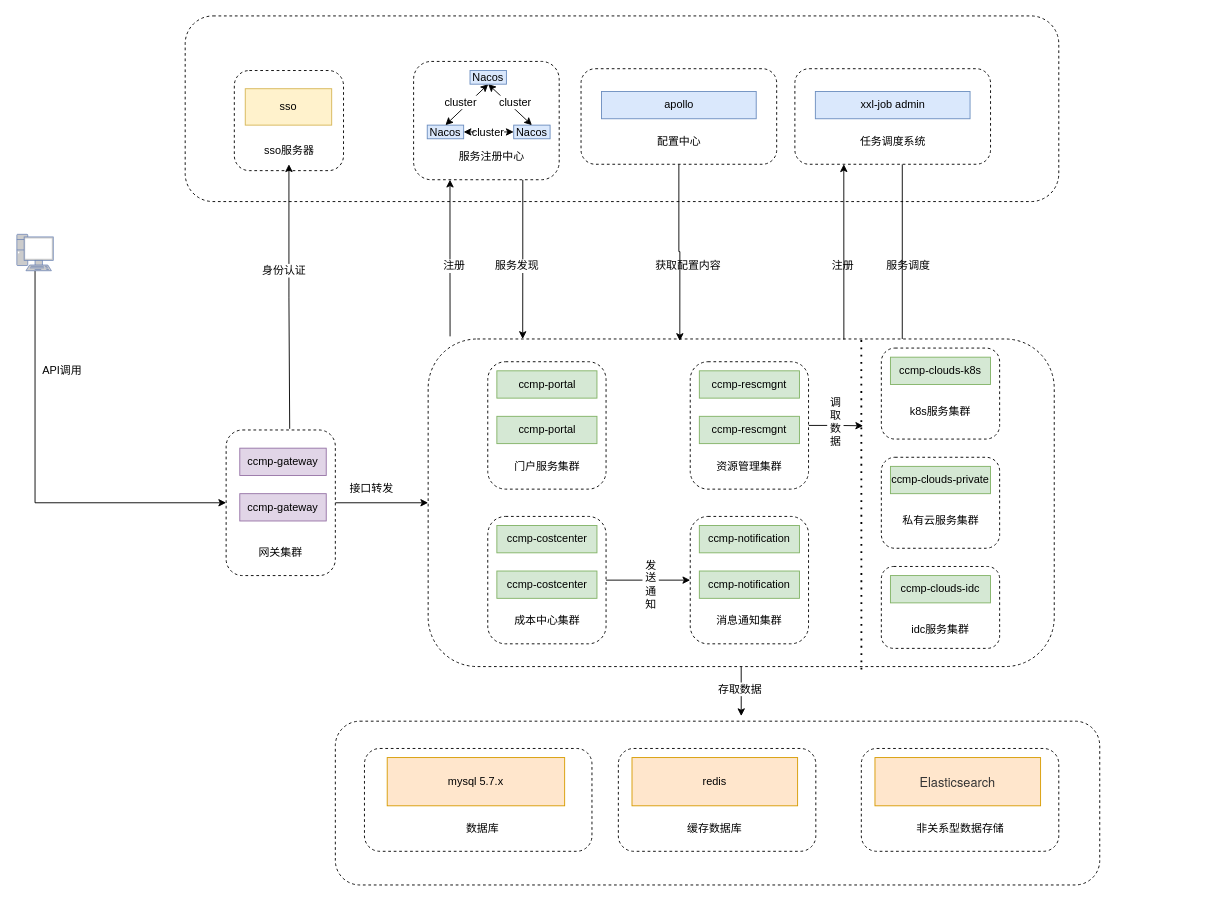
scrollsyou/doc keeps this draw.io diagram as ccmp.drawio. Above is the earlier version. Source tidied: cells renumbered, new cells numbered last; positions are measured from the earlier drawing's top-left corner, leaving out a move shared by most shapes. Both pictures are drawn from the tidied source at 91%, with x=0, y=0 at pixel (16, 15).
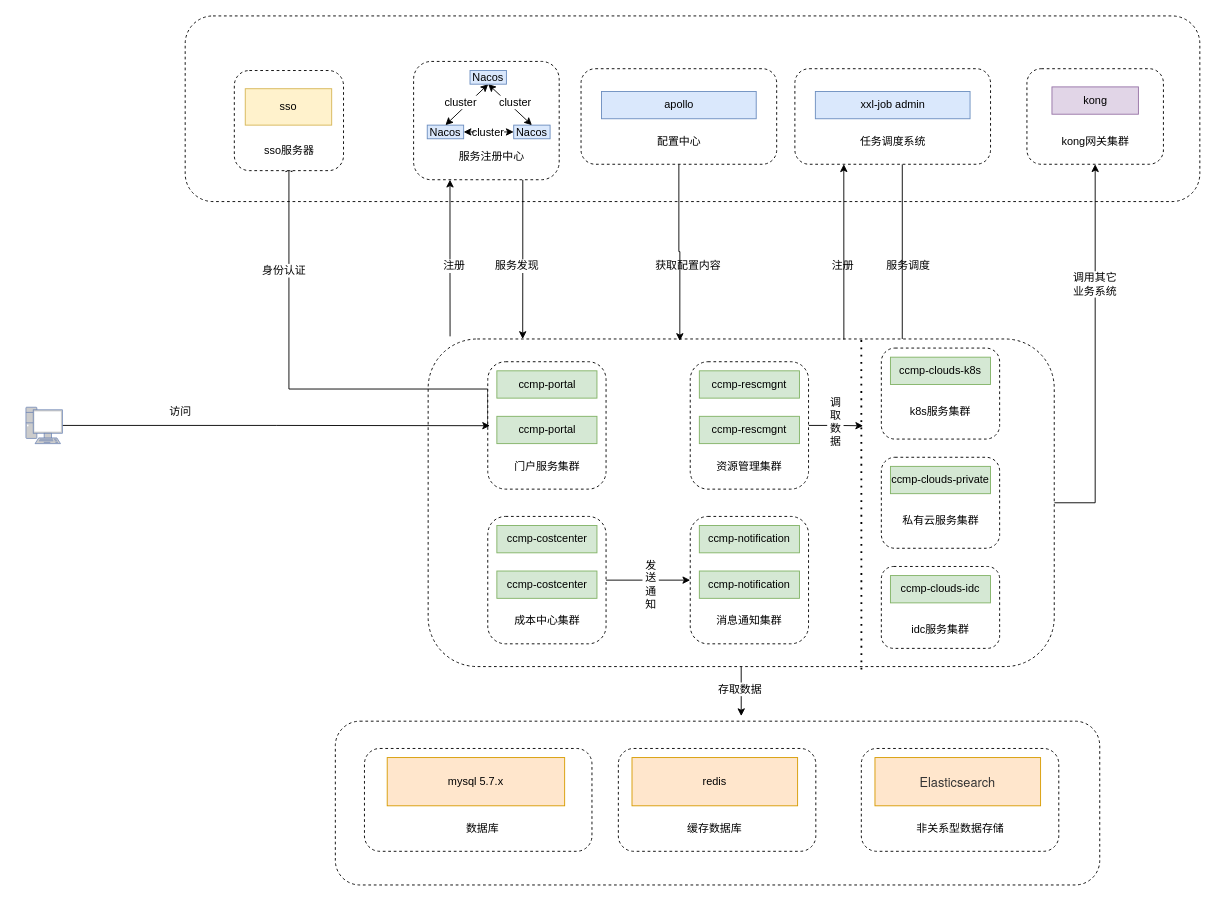
The same page after the edit.

The change refers to these unchanged cells:
```xml
<mxCell id="6" style="rounded=1;whiteSpace=wrap;html=1;labelBackgroundColor=default;dashed=1;" parent="1" vertex="1">
  <mxGeometry x="452" y="355" width="688" height="360" as="geometry" />
</mxCell>
<mxCell id="7" style="rounded=1;whiteSpace=wrap;html=1;labelBackgroundColor=default;dashed=1;" parent="1" vertex="1">
  <mxGeometry x="517.5" y="380" width="130" height="140" as="geometry" />
</mxCell>
<mxCell id="54" value="sso服务器" style="text;html=1;strokeColor=none;fillColor=none;align=center;verticalAlign=middle;whiteSpace=wrap;rounded=0;labelBackgroundColor=none;" parent="1" vertex="1">
  <mxGeometry x="260.5" y="133" width="77" height="30" as="geometry" />
</mxCell>
```

What changed in the source:
```diff
@@
     <mxCell id="3" style="rounded=1;whiteSpace=wrap;html=1;dashed=1;" parent="1" vertex="1">
-      <mxGeometry x="185" width="960" height="204" as="geometry" />
+      <mxGeometry x="185" width="1115" height="204" as="geometry" />
     </mxCell>
@@
+    <mxCell id="88" style="edgeStyle=orthogonalEdgeStyle;rounded=0;jettySize=auto;html=1;exitX=1;exitY=0.5;exitDx=0;exitDy=0;entryX=0.5;entryY=1;entryDx=0;entryDy=0;startArrow=none;startFill=0;endArrow=classic;endFill=1;" parent="1" edge="1" source="6" target="24">
+      <mxGeometry relative="1" as="geometry" />
+    </mxCell>
@@
+    <mxCell id="89" style="edgeStyle=orthogonalEdgeStyle;rounded=0;jettySize=auto;html=1;exitX=0;exitY=0.5;exitDx=0;exitDy=0;entryX=0.5;entryY=1;entryDx=0;entryDy=0;startArrow=none;startFill=0;endArrow=classic;endFill=1;" parent="1" edge="1" source="7" target="54">
+      <mxGeometry relative="1" as="geometry">
+        <Array as="points">
+          <mxPoint x="518" y="410" />
+          <mxPoint x="299" y="410" />
+        </Array>
+      </mxGeometry>
+    </mxCell>
@@
-    <mxCell id="22" style="edgeStyle=none;rounded=0;jettySize=auto;html=1;exitX=0;exitY=0.5;exitDx=0;exitDy=0;entryX=0.5;entryY=1;entryDx=0;entryDy=0;entryPerimeter=0;startArrow=classic;startFill=1;strokeColor=default;endArrow=none;endFill=0;" parent="1" edge="1" source="24" target="28">
-      <mxGeometry relative="1" as="geometry">
-        <Array as="points">
-          <mxPoint x="20" y="535" />
-        </Array>
-      </mxGeometry>
-    </mxCell>
-    <mxCell id="23" style="edgeStyle=none;rounded=0;jettySize=auto;html=1;exitX=1;exitY=0.5;exitDx=0;exitDy=0;entryX=0;entryY=0.5;entryDx=0;entryDy=0;startArrow=none;startFill=0;endArrow=classic;endFill=1;strokeColor=default;" parent="1" edge="1" source="24" target="6">
-      <mxGeometry relative="1" as="geometry" />
-    </mxCell>
     <mxCell id="24" style="rounded=1;whiteSpace=wrap;html=1;labelBackgroundColor=default;dashed=1;" parent="1" vertex="1">
-      <mxGeometry x="230" y="455" width="120" height="160" as="geometry" />
+      <mxGeometry x="1110" y="58" width="150" height="105" as="geometry" />
     </mxCell>
-    <mxCell id="25" value="ccmp-gateway" style="rounded=0;whiteSpace=wrap;html=1;labelBackgroundColor=none;fillColor=#e1d5e7;strokeColor=#9673a6;" parent="1" vertex="1">
-      <mxGeometry x="245" y="475" width="95" height="30" as="geometry" />
+    <mxCell id="25" value="kong" style="rounded=0;whiteSpace=wrap;html=1;labelBackgroundColor=none;fillColor=#e1d5e7;strokeColor=#9673a6;" parent="1" vertex="1">
+      <mxGeometry x="1137.5" y="78" width="95" height="30" as="geometry" />
     </mxCell>
-    <mxCell id="26" value="ccmp-gateway" style="rounded=0;whiteSpace=wrap;html=1;labelBackgroundColor=none;fillColor=#e1d5e7;strokeColor=#9673a6;" parent="1" vertex="1">
-      <mxGeometry x="245" y="525" width="95" height="30" as="geometry" />
-    </mxCell>
-    <mxCell id="27" value="网关集群" style="text;html=1;strokeColor=none;fillColor=none;align=center;verticalAlign=middle;whiteSpace=wrap;rounded=0;labelBackgroundColor=default;" parent="1" vertex="1">
-      <mxGeometry x="260" y="575" width="60" height="30" as="geometry" />
+    <mxCell id="27" value="kong网关集群" style="text;html=1;strokeColor=none;fillColor=none;align=center;verticalAlign=middle;whiteSpace=wrap;rounded=0;labelBackgroundColor=default;" parent="1" vertex="1">
+      <mxGeometry x="1142.5" y="123" width="85" height="30" as="geometry" />
     </mxCell>
+    <mxCell id="90" style="edgeStyle=orthogonalEdgeStyle;rounded=0;jettySize=auto;html=1;exitX=1;exitY=0.5;exitDx=0;exitDy=0;exitPerimeter=0;startArrow=none;startFill=0;endArrow=classic;endFill=1;" parent="1" edge="1" source="28">
+      <mxGeometry relative="1" as="geometry">
+        <mxPoint x="520" y="450.3" as="targetPoint" />
+      </mxGeometry>
+    </mxCell>
     <mxCell id="28" style="fontColor=#0066CC;verticalAlign=top;verticalLabelPosition=bottom;labelPosition=center;align=center;html=1;outlineConnect=0;fillColor=#CCCCCC;strokeColor=#6881B3;gradientColor=none;gradientDirection=north;strokeWidth=2;shape=mxgraph.networks.pc;rounded=1;labelBackgroundColor=default;" parent="1" vertex="1">
-      <mxGeometry y="240" width="40" height="40" as="geometry" />
+      <mxGeometry x="10" y="430" width="40" height="40" as="geometry" />
     </mxCell>
-    <mxCell id="29" value="API调用" style="text;html=1;strokeColor=none;fillColor=none;align=center;verticalAlign=middle;whiteSpace=wrap;rounded=0;labelBackgroundColor=default;" parent="1" vertex="1">
-      <mxGeometry x="20" y="375" width="60" height="30" as="geometry" />
+    <mxCell id="29" value="访问" style="text;html=1;strokeColor=none;fillColor=none;align=center;verticalAlign=middle;whiteSpace=wrap;rounded=0;labelBackgroundColor=default;" parent="1" vertex="1">
+      <mxGeometry x="150" y="420" width="60" height="30" as="geometry" />
     </mxCell>
@@
-    <mxCell id="44" value="接口转发" style="text;html=1;strokeColor=none;fillColor=none;align=center;verticalAlign=middle;whiteSpace=wrap;rounded=0;dashed=1;labelBackgroundColor=default;" parent="1" vertex="1">
-      <mxGeometry x="360" y="505" width="60" height="30" as="geometry" />
-    </mxCell>
@@
-    <mxCell id="53" style="edgeStyle=orthogonalEdgeStyle;rounded=0;jettySize=auto;html=1;exitX=0.5;exitY=1;exitDx=0;exitDy=0;entryX=0.582;entryY=-0.008;entryDx=0;entryDy=0;endArrow=none;endFill=0;startArrow=classic;startFill=1;entryPerimeter=0;" parent="1" edge="1" source="54" target="24">
-      <mxGeometry relative="1" as="geometry" />
-    </mxCell>
@@
+    <mxCell id="91" value="调用其它业务系统" style="text;html=1;strokeColor=none;fillColor=none;align=center;verticalAlign=middle;whiteSpace=wrap;rounded=0;dashed=1;labelBackgroundColor=default;" parent="1" vertex="1">
+      <mxGeometry x="1155" y="280" width="60" height="30" as="geometry" />
+    </mxCell>
```
